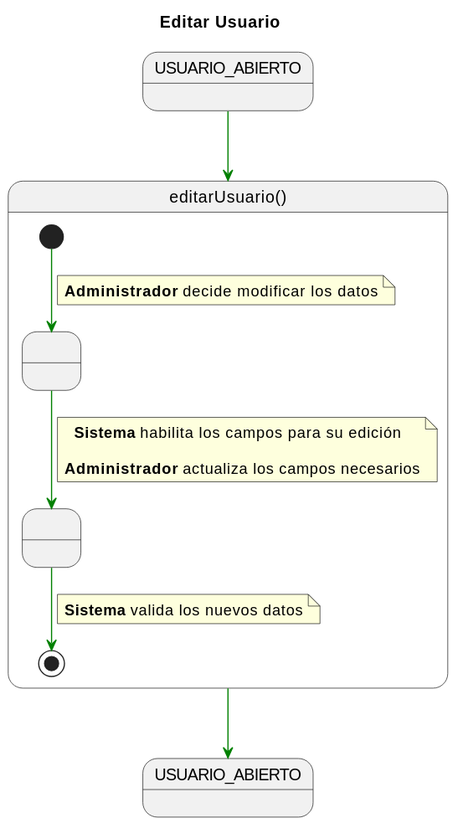
This is documents/CasosDeUso/DetalladoCasosDeUso/Administrador/editarUsuario.svg from enmabry/25-26-IdSw1-SdR, a PlantUML export, as it was before one commit.
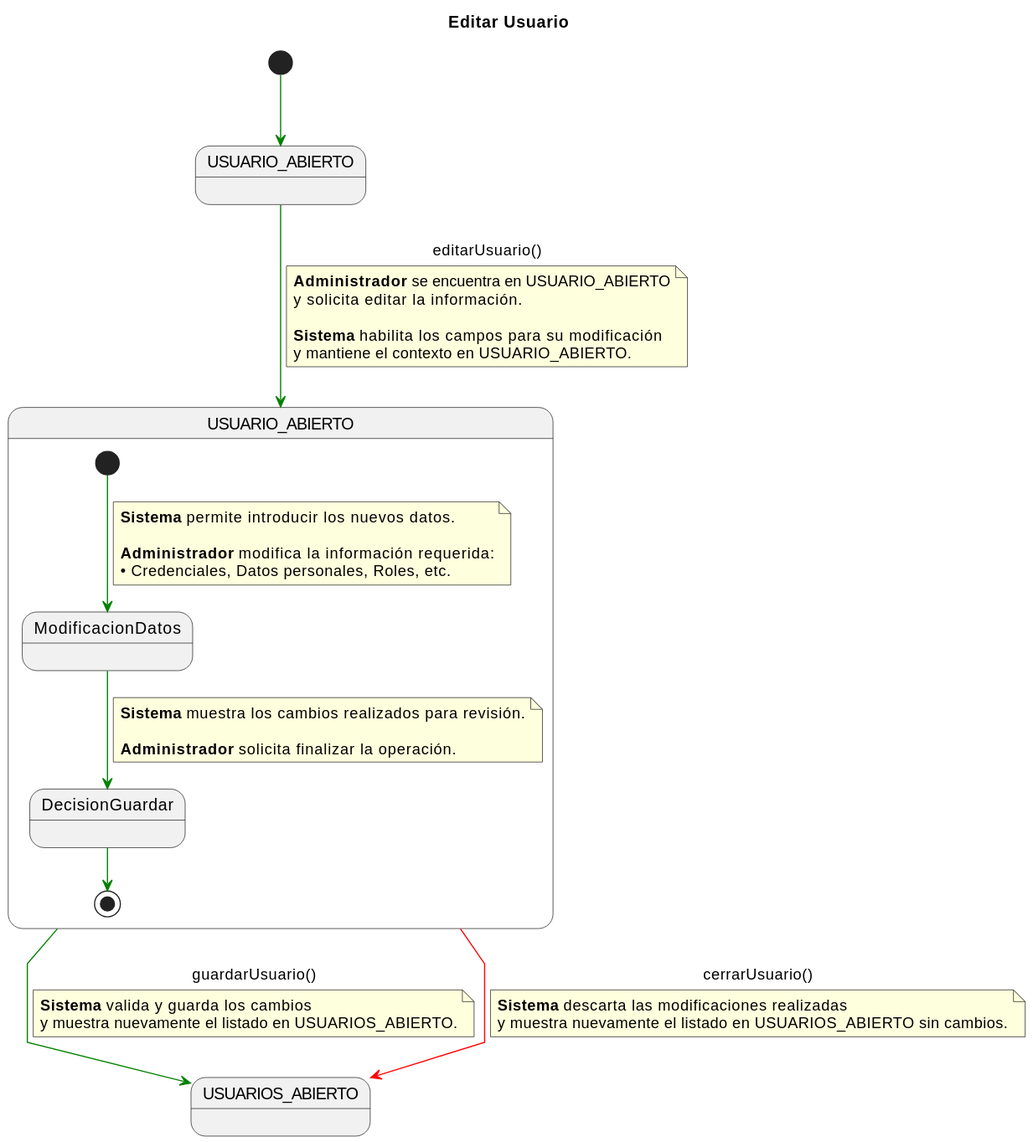
After the commit.

Diff of the diagram source:
```diff
@@ -1,36 +1,54 @@
 @startuml
 title Editar Usuario
-
 skinparam linetype polyline
 
-state USUARIO_ABIERTO_INICIAL as "USUARIO_ABIERTO"
-state USUARIO_ABIERTO_FINAL as "USUARIO_ABIERTO"
+state USUARIO_ABIERTO_INICIAL  as "USUARIO_ABIERTO"
+state USUARIO_ABIERTO_COMP     as "USUARIO_ABIERTO"
+state USUARIOS_ABIERTO_FINAL   as "USUARIOS_ABIERTO"
 
-USUARIO_ABIERTO_INICIAL -[#green]-> editarUsuario
+[*] -[#green]-> USUARIO_ABIERTO_INICIAL
 
-state editarUsuario as "editarUsuario()" {
+USUARIO_ABIERTO_INICIAL -[#green]-> USUARIO_ABIERTO_COMP : editarUsuario()
+note on link
+<b>Administrador</b> se encuentra en USUARIO_ABIERTO
+y solicita editar la información.
 
-    state " " as RecuperacionDatos
-    state " " as EdicionEnCurso
+<b>Sistema</b> habilita los campos para su modificación
+y mantiene el contexto en USUARIO_ABIERTO.
+end note
 
-    [*] -[#green]-> RecuperacionDatos
+state USUARIO_ABIERTO_COMP as "USUARIO_ABIERTO" {
+
+    state ModificacionDatos
+    state DecisionGuardar
+
+    [*] -[#green]-> ModificacionDatos
     note on link
-      <b>Administrador</b> decide modificar los datos
+    <b>Sistema</b> permite introducir los nuevos datos.
+
+    <b>Administrador</b> modifica la información requerida:
+    • Credenciales, Datos personales, Roles, etc.
     end note
 
-    RecuperacionDatos -[#green]-> EdicionEnCurso
+    ModificacionDatos -[#green]-> DecisionGuardar
     note on link
-      <b>Sistema</b> habilita los campos para su edición
+    <b>Sistema</b> muestra los cambios realizados para revisión.
 
-    <b>Administrador</b> actualiza los campos necesarios
+    <b>Administrador</b> solicita finalizar la operación.
     end note
 
-    EdicionEnCurso -[#green]-> [*]
-    note on link
-    <b>Sistema</b> valida los nuevos datos
-    end note
-
+    DecisionGuardar -[#green]-> [*]
 }
 
-editarUsuario -[#green]-> USUARIO_ABIERTO_FINAL
+USUARIO_ABIERTO_COMP -[#green]-> USUARIOS_ABIERTO_FINAL : guardarUsuario()
+note on link
+<b>Sistema</b> valida y guarda los cambios
+y muestra nuevamente el listado en USUARIOS_ABIERTO.
+end note
+
+USUARIO_ABIERTO_COMP -[#red]-> USUARIOS_ABIERTO_FINAL : cerrarUsuario()
+note on link
+<b>Sistema</b> descarta las modificaciones realizadas
+y muestra nuevamente el listado en USUARIOS_ABIERTO sin cambios.
+end note
 @enduml
```
